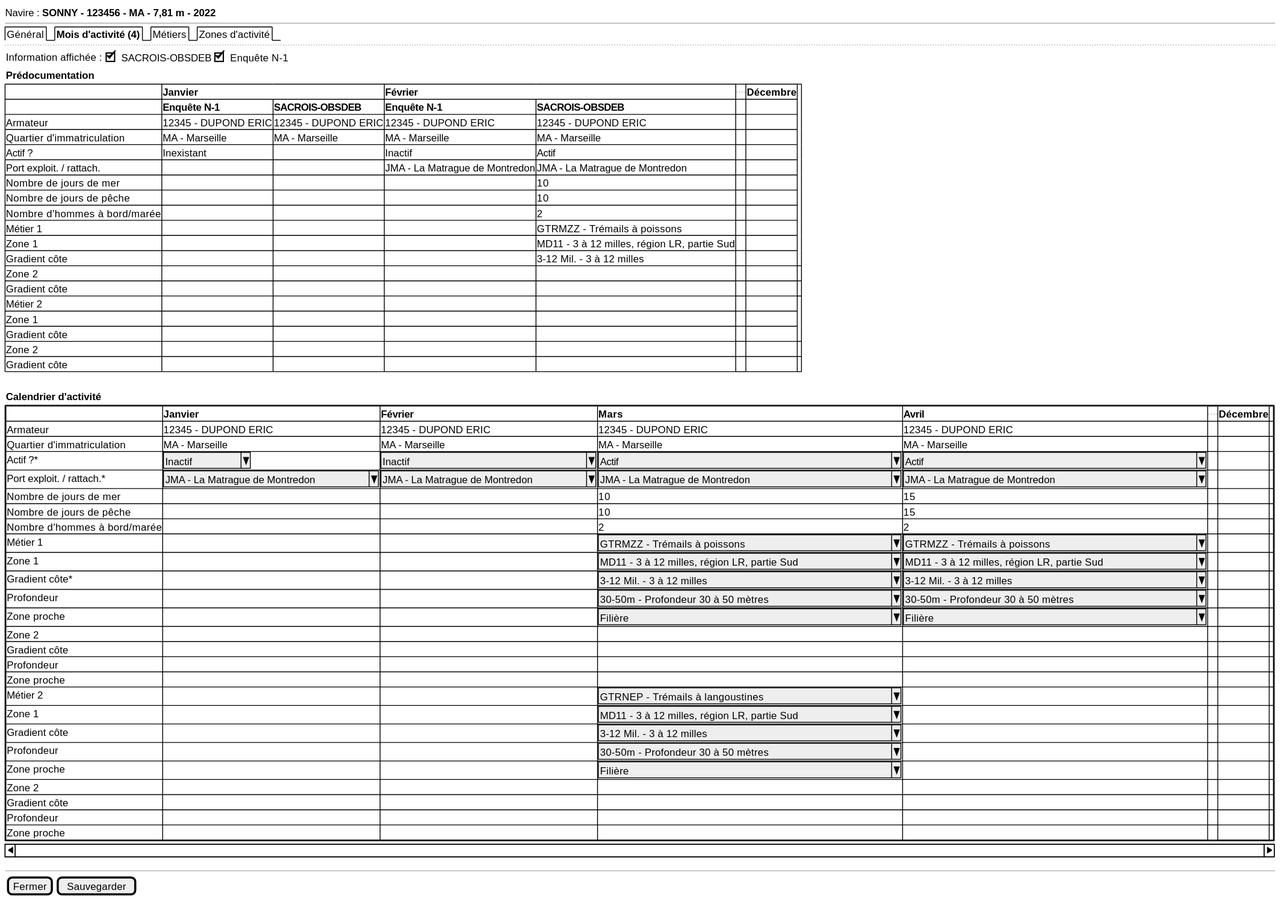
sumaris-net/sumaris-doc keeps this PlantUML diagram as projects/activity-calendar/spe/images/activity-calendar-new.svg. Above is the earlier version. The source it was exported from:
```plantuml
@startsalt
{
  Navire : <b>SONNY - 123456 - MA - 7,81 m - 2022
  --
  {/ Général | <b>Mois d'activité (4) | Métiers | Zones d'activité}
  ..

  {Information affichée :  {[X]SACROIS-OBSDEB | [X]Enquête N-1 }}
  {<b>Prédocumentation}
  	{#
     . | <b>Janvier | * | <b>Février | * | ... | <b>Décembre
     . | <b>Enquête N-1 | <b>SACROIS-OBSDEB | <b>Enquête N-1 | <b>SACROIS-OBSDEB | . | .
     Armateur | 12345 - DUPOND ERIC | 12345 - DUPOND ERIC | 12345 - DUPOND ERIC | 12345 - DUPOND ERIC | . | .
     Quartier d'immatriculation | MA - Marseille | MA - Marseille | MA - Marseille | MA - Marseille | . | .
     Actif ? | Inexistant | . | Inactif | Actif | . | .
     Port exploit. / rattach. | . | . | JMA - La Matrague de Montredon | JMA - La Matrague de Montredon | . | .
     Nombre de jours de mer | . | . | . | 10 | . | .
     Nombre de jours de pêche | . | . | . | 10 | . | .
     Nombre d'hommes à bord/marée | . | . | . | 2 | . | .
     Métier 1 | . | . | .| GTRMZZ - Trémails à poissons | . | .
     Zone 1 | . | . | .| MD11 - 3 à 12 milles, région LR, partie Sud | . | .
     Gradient côte | . | . | .| 3-12 Mil. - 3 à 12 milles | . | .
     Zone 2 | . | . | . | . | . | . | .
     Gradient côte | . | . | . | . | . | . | .
     Métier 2 | . | . | . | . | . | .
     Zone 1 | . | . | . | . | . | .
     Gradient côte | . | . | . | . | . | .
     Zone 2 | . | . | . | . | . | . | .
     Gradient côte | . | . | . | . | . | . | .
     }
     .

  {<b>Calendrier d'activité}
	{S-
	{#
     . | <b>Janvier | <b>Février | <b>Mars | <b>Avril| ... | <b>Décembre
     Armateur | 12345 - DUPOND ERIC | 12345 - DUPOND ERIC | 12345 - DUPOND ERIC | 12345 - DUPOND ERIC | . | . | .
     Quartier d'immatriculation | MA - Marseille | MA - Marseille | MA - Marseille | MA - Marseille | . | . | .
     Actif ?* | ^Inactif    ^| ^Inactif                       ^| ^Actif                                      ^ | ^Actif                                      ^| . | . | .
     Port exploit. / rattach.* | ^JMA - La Matrague de Montredon^ | ^JMA - La Matrague de Montredon^ | ^JMA - La Matrague de Montredon             ^ | ^JMA - La Matrague de Montredon             ^| . | . | .
     Nombre de jours de mer | . | . | 10 | 15 | . | . | .
     Nombre de jours de pêche | . | . | 10 | 15 | . | . | .
     Nombre d'hommes à bord/marée | . | . | 2 | 2 | . | . | .
     Métier 1 | . | . | ^GTRMZZ - Trémails à poissons               ^ | ^GTRMZZ - Trémails à poissons               ^ | . | . | .
     Zone 1 | . | . | ^MD11 - 3 à 12 milles, région LR, partie Sud^| ^MD11 - 3 à 12 milles, région LR, partie Sud^ | . | . | .
     Gradient côte* | . | . | ^3-12 Mil. - 3 à 12 milles                  ^| ^3-12 Mil. - 3 à 12 milles                  ^ | . | . | .
     Profondeur | . | . | ^30-50m - Profondeur 30 à 50 mètres         ^ | ^30-50m - Profondeur 30 à 50 mètres         ^ | . | . | .
     Zone proche | . | . | ^Filière                                    ^ | ^Filière                                    ^ | . | . | .
     Zone 2 | . | . | . | . | . | .
     Gradient côte | . | . | . | . | . | . | .
     Profondeur | . | . | . | . | . | . | .
     Zone proche | . | . | . | . | . | . | .
     Métier 2 | . | . | ^GTRNEP - Trémails à langoustines           ^ | . | . | . | .
     Zone 1 | . | . | ^MD11 - 3 à 12 milles, région LR, partie Sud^|.| . | . | .
     Gradient côte | . | . | ^3-12 Mil. - 3 à 12 milles                  ^|.| . | . | .
     Profondeur | . | . | ^30-50m - Profondeur 30 à 50 mètres         ^|.| . | . | .
     Zone proche | . | . | ^Filière                                    ^|.| . | . | .
     Zone 2 | . | . | . | . | . | . | .
     Gradient côte | . | . | . | . | . | . | .
     Profondeur | . | . | . | . | . | . | .
     Zone proche | . | . | . | . | . | . | .
    }
    }
  --
  { [Fermer] | [Sauvegarder] }
}
@endsalt
```
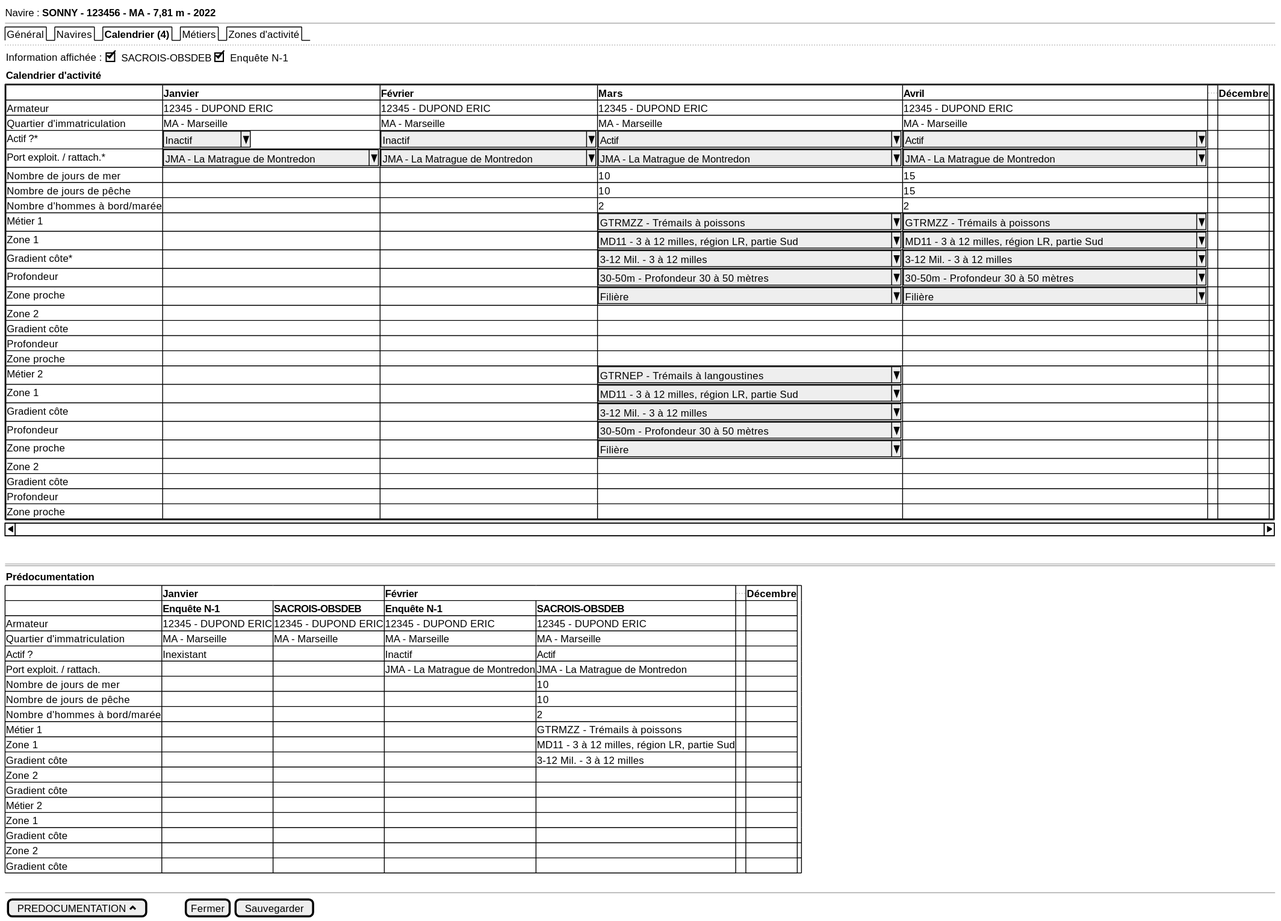
After the commit.

Commit message:
[enh] update enh with 23/05/2024 activity calendar meeting

Change to the diagram source:
```diff
@@ -2,33 +2,10 @@
 {
   Navire : <b>SONNY - 123456 - MA - 7,81 m - 2022
   --
-  {/ Général | <b>Mois d'activité (4) | Métiers | Zones d'activité}
+  {/ Général | Navires | <b>Calendrier (4) | Métiers | Zones d'activité}
   ..
 
   {Information affichée :  {[X]SACROIS-OBSDEB | [X]Enquête N-1 }}
-  {<b>Prédocumentation}
-  	{#
-     . | <b>Janvier | * | <b>Février | * | ... | <b>Décembre
-     . | <b>Enquête N-1 | <b>SACROIS-OBSDEB | <b>Enquête N-1 | <b>SACROIS-OBSDEB | . | .
-     Armateur | 12345 - DUPOND ERIC | 12345 - DUPOND ERIC | 12345 - DUPOND ERIC | 12345 - DUPOND ERIC | . | .
-     Quartier d'immatriculation | MA - Marseille | MA - Marseille | MA - Marseille | MA - Marseille | . | .
-     Actif ? | Inexistant | . | Inactif | Actif | . | .
-     Port exploit. / rattach. | . | . | JMA - La Matrague de Montredon | JMA - La Matrague de Montredon | . | .
-     Nombre de jours de mer | . | . | . | 10 | . | .
-     Nombre de jours de pêche | . | . | . | 10 | . | .
-     Nombre d'hommes à bord/marée | . | . | . | 2 | . | .
-     Métier 1 | . | . | .| GTRMZZ - Trémails à poissons | . | .
-     Zone 1 | . | . | .| MD11 - 3 à 12 milles, région LR, partie Sud | . | .
-     Gradient côte | . | . | .| 3-12 Mil. - 3 à 12 milles | . | .
-     Zone 2 | . | . | . | . | . | . | .
-     Gradient côte | . | . | . | . | . | . | .
-     Métier 2 | . | . | . | . | . | .
-     Zone 1 | . | . | . | . | . | .
-     Gradient côte | . | . | . | . | . | .
-     Zone 2 | . | . | . | . | . | . | .
-     Gradient côte | . | . | . | . | . | . | .
-     }
-     .
 
   {<b>Calendrier d'activité}
 	{S-
@@ -61,7 +38,32 @@
      Zone proche | . | . | . | . | . | . | .
     }
     }
+    .
+    ==
+  {<b>Prédocumentation}
+  	{#
+     . | <b>Janvier | * | <b>Février | * | ... | <b>Décembre
+     . | <b>Enquête N-1 | <b>SACROIS-OBSDEB | <b>Enquête N-1 | <b>SACROIS-OBSDEB | . | .
+     Armateur | 12345 - DUPOND ERIC | 12345 - DUPOND ERIC | 12345 - DUPOND ERIC | 12345 - DUPOND ERIC | . | .
+     Quartier d'immatriculation | MA - Marseille | MA - Marseille | MA - Marseille | MA - Marseille | . | .
+     Actif ? | Inexistant | . | Inactif | Actif | . | .
+     Port exploit. / rattach. | . | . | JMA - La Matrague de Montredon | JMA - La Matrague de Montredon | . | .
+     Nombre de jours de mer | . | . | . | 10 | . | .
+     Nombre de jours de pêche | . | . | . | 10 | . | .
+     Nombre d'hommes à bord/marée | . | . | . | 2 | . | .
+     Métier 1 | . | . | .| GTRMZZ - Trémails à poissons | . | .
+     Zone 1 | . | . | .| MD11 - 3 à 12 milles, région LR, partie Sud | . | .
+     Gradient côte | . | . | .| 3-12 Mil. - 3 à 12 milles | . | .
+     Zone 2 | . | . | . | . | . | . | .
+     Gradient côte | . | . | . | . | . | . | .
+     Métier 2 | . | . | . | . | . | .
+     Zone 1 | . | . | . | . | . | .
+     Gradient côte | . | . | . | . | . | .
+     Zone 2 | . | . | . | . | . | . | .
+     Gradient côte | . | . | . | . | . | . | .
+     }
+     .
   --
-  { [Fermer] | [Sauvegarder] }
+  { [PREDOCUMENTATION <&chevron-top> ] | . | . | . | . | . | . | . | . | [Fermer] | [Sauvegarder] }
 }
 @endsalt
```
